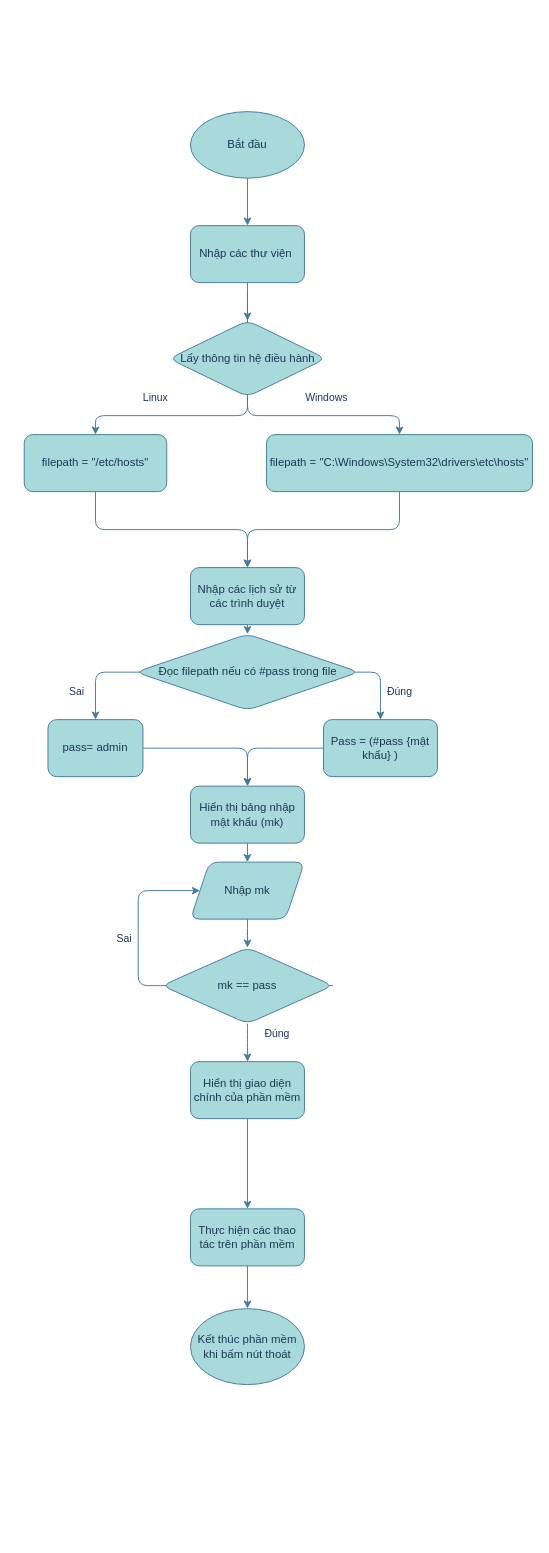
This is Biểu đồ không có tiêu đề.drawio from PlaymakerVN/KHKT-2023-1, a draw.io file, before an edit. Source tidied: cells renumbered, new cells numbered last; positions are measured from the earlier drawing's top-left corner, leaving out a move shared by most shapes. Both pictures are drawn from the tidied source at 95%, with x=0, y=0 at pixel (24, 111).
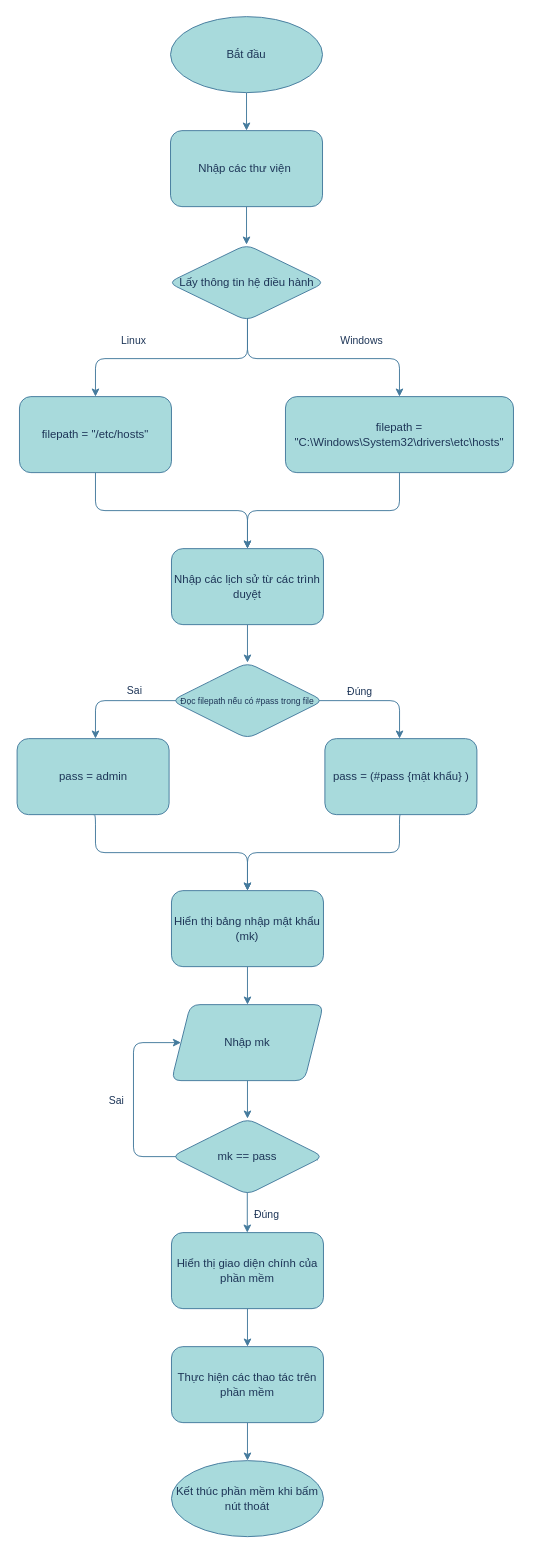
The same diagram, later.

Commit message:
Cập nhật Biểu đồ không có tiêu đề.drawio

Diff of the diagram source:
```diff
@@
     <mxCell id="3" value="Thực hiện các thao tác trên phần mềm" style="whiteSpace=wrap;html=1;rounded=1;labelBackgroundColor=none;fillColor=#A8DADC;strokeColor=#457B9D;fontColor=#1D3557;" parent="1" vertex="1">
-      <mxGeometry x="175" y="1155" width="120" height="60" as="geometry" />
+      <mxGeometry x="155" y="1300" width="160" height="80" as="geometry" />
     </mxCell>
     <mxCell id="4" style="edgeStyle=orthogonalEdgeStyle;rounded=1;jettySize=auto;html=1;labelBackgroundColor=none;strokeColor=#457B9D;fontColor=default;" parent="1" edge="1" target="12">
       <mxGeometry relative="1" as="geometry">
-        <mxPoint x="235" y="190" as="sourcePoint" />
+        <mxPoint x="235" y="150" as="sourcePoint" />
         <Array as="points">
-          <mxPoint x="235" y="320" />
-          <mxPoint x="75" y="320" />
+          <mxPoint x="235" y="260" />
+          <mxPoint x="75" y="260" />
         </Array>
       </mxGeometry>
     </mxCell>
     <mxCell id="5" value="Linux" style="edgeLabel;html=1;align=center;verticalAlign=middle;labelBackgroundColor=none;fontColor=#1D3557;rounded=1;" parent="4" vertex="1">
       <mxGeometry x="0.25" y="1" relative="1" as="geometry">
-        <mxPoint x="-34" y="-21" as="offset" />
+        <mxPoint x="-37" y="-21" as="offset" />
       </mxGeometry>
     </mxCell>
     <mxCell id="6" style="edgeStyle=orthogonalEdgeStyle;rounded=1;jettySize=auto;html=1;labelBackgroundColor=none;strokeColor=#457B9D;fontColor=default;" parent="1" edge="1" target="10">
       <mxGeometry relative="1" as="geometry">
-        <mxPoint x="235" y="210" as="sourcePoint" />
+        <mxPoint x="235" y="170" as="sourcePoint" />
         <Array as="points">
-          <mxPoint x="235" y="320" />
-          <mxPoint x="395" y="320" />
+          <mxPoint x="235" y="260" />
+          <mxPoint x="395" y="260" />
         </Array>
       </mxGeometry>
     </mxCell>
     <mxCell id="7" value="Windows" style="edgeLabel;html=1;align=center;verticalAlign=middle;labelBackgroundColor=none;fontColor=#1D3557;rounded=1;" parent="6" vertex="1">
       <mxGeometry x="-0.13" y="-2" relative="1" as="geometry">
-        <mxPoint x="66" y="-22" as="offset" />
+        <mxPoint x="83" y="-22" as="offset" />
       </mxGeometry>
     </mxCell>
     <mxCell id="8" value="Lấy thông tin hệ điều hành" style="rhombus;whiteSpace=wrap;html=1;labelBackgroundColor=none;fillColor=#A8DADC;strokeColor=#457B9D;fontColor=#1D3557;rounded=1;" parent="1" vertex="1">
-      <mxGeometry x="152.5" y="220" width="165" height="80" as="geometry" />
+      <mxGeometry x="151.5" y="140" width="165" height="80" as="geometry" />
     </mxCell>
@@
     <mxCell id="10" value="filepath = &quot;C:\Windows\System32\drivers\etc\hosts&quot;" style="rounded=1;whiteSpace=wrap;html=1;labelBackgroundColor=none;fillColor=#A8DADC;strokeColor=#457B9D;fontColor=#1D3557;" parent="1" vertex="1">
-      <mxGeometry x="255" y="340" width="280" height="60" as="geometry" />
+      <mxGeometry x="275" y="300" width="240" height="80" as="geometry" />
     </mxCell>
@@
     <mxCell id="12" value="filepath = &quot;/etc/hosts&quot;" style="rounded=1;whiteSpace=wrap;html=1;labelBackgroundColor=none;fillColor=#A8DADC;strokeColor=#457B9D;fontColor=#1D3557;" parent="1" vertex="1">
-      <mxGeometry y="340" width="150" height="60" as="geometry" />
+      <mxGeometry x="-5" y="300" width="160" height="80" as="geometry" />
     </mxCell>
-    <mxCell id="13" style="edgeStyle=orthogonalEdgeStyle;rounded=1;jettySize=auto;html=1;exitX=0.074;exitY=0.5;exitDx=0;exitDy=0;entryX=0.5;entryY=0;entryDx=0;entryDy=0;labelBackgroundColor=none;strokeColor=#457B9D;fontColor=default;exitPerimeter=0;" parent="1" edge="1" source="17" target="19">
+    <mxCell id="13" style="edgeStyle=orthogonalEdgeStyle;rounded=1;jettySize=auto;html=1;labelBackgroundColor=none;strokeColor=#457B9D;fontColor=default;entryX=0.5;entryY=0;entryDx=0;entryDy=0;exitX=0.964;exitY=0.526;exitDx=0;exitDy=0;exitPerimeter=0;" parent="1" edge="1" source="17">
       <mxGeometry relative="1" as="geometry">
+        <mxPoint x="75" y="660" as="targetPoint" />
         <Array as="points">
-          <mxPoint x="75" y="590" />
+          <mxPoint x="309" y="620" />
+          <mxPoint x="75" y="620" />
         </Array>
       </mxGeometry>
     </mxCell>
     <mxCell id="14" value="Sai" style="edgeLabel;html=1;align=center;verticalAlign=middle;labelBackgroundColor=none;fontColor=#1D3557;rounded=1;" parent="13" vertex="1">
       <mxGeometry x="-0.16" y="4" relative="1" as="geometry">
-        <mxPoint x="-34" y="16" as="offset" />
+        <mxPoint x="-80" y="-15" as="offset" />
       </mxGeometry>
     </mxCell>
-    <mxCell id="15" style="edgeStyle=orthogonalEdgeStyle;rounded=1;jettySize=auto;html=1;exitX=0.926;exitY=0.5;exitDx=0;exitDy=0;labelBackgroundColor=none;strokeColor=#457B9D;fontColor=default;exitPerimeter=0;" parent="1" edge="1" source="17" target="21">
+    <mxCell id="15" style="edgeStyle=orthogonalEdgeStyle;rounded=1;jettySize=auto;html=1;labelBackgroundColor=none;strokeColor=#457B9D;fontColor=default;exitX=0.067;exitY=0.543;exitDx=0;exitDy=0;exitPerimeter=0;entryX=0.491;entryY=0;entryDx=0;entryDy=0;entryPerimeter=0;" parent="1" edge="1" target="21">
       <mxGeometry relative="1" as="geometry">
+        <mxPoint x="185" y="613.4" as="sourcePoint" />
         <Array as="points">
-          <mxPoint x="375" y="590" />
+          <mxPoint x="185" y="620" />
+          <mxPoint x="395" y="620" />
         </Array>
       </mxGeometry>
     </mxCell>
     <mxCell id="16" value="Đúng" style="edgeLabel;html=1;align=center;verticalAlign=middle;labelBackgroundColor=none;fontColor=#1D3557;rounded=1;" parent="15" vertex="1">
       <mxGeometry x="-0.28" y="-1" relative="1" as="geometry">
-        <mxPoint x="27" y="19" as="offset" />
+        <mxPoint x="82" y="-11" as="offset" />
       </mxGeometry>
     </mxCell>
-    <mxCell id="17" value="Đọc filepath nếu có #pass trong file" style="rhombus;whiteSpace=wrap;html=1;labelBackgroundColor=none;fillColor=#A8DADC;strokeColor=#457B9D;fontColor=#1D3557;rounded=1;" parent="1" vertex="1">
-      <mxGeometry x="117.5" y="550" width="235" height="80" as="geometry" />
+    <mxCell id="17" value="&lt;div style=&quot;&quot;&gt;&lt;span style=&quot;background-color: initial; color: rgb(29, 53, 87); --darkreader-inline-bgcolor: initial; --darkreader-inline-color: #a5c4e1;&quot;&gt;&lt;font style=&quot;font-size: 9px;&quot;&gt;Đọc filepath nếu có #pass trong file&lt;/font&gt;&lt;/span&gt;&lt;/div&gt;" style="rhombus;whiteSpace=wrap;html=1;labelBackgroundColor=none;fillColor=#A8DADC;strokeColor=#457B9D;fontColor=#1D3557;rounded=1;align=center;" parent="1" vertex="1">
+      <mxGeometry x="155" y="580" width="160" height="80" as="geometry" />
     </mxCell>
-    <mxCell id="18" style="edgeStyle=orthogonalEdgeStyle;rounded=1;jettySize=auto;html=1;exitX=1;exitY=0.5;exitDx=0;exitDy=0;entryX=0.5;entryY=0;entryDx=0;entryDy=0;labelBackgroundColor=none;strokeColor=#457B9D;fontColor=default;" parent="1" edge="1" source="19" target="23">
-      <mxGeometry relative="1" as="geometry" />
+    <mxCell id="18" style="edgeStyle=orthogonalEdgeStyle;rounded=1;jettySize=auto;html=1;exitX=0.5;exitY=1;exitDx=0;exitDy=0;entryX=0.5;entryY=0;entryDx=0;entryDy=0;labelBackgroundColor=none;strokeColor=#457B9D;fontColor=default;" parent="1" edge="1" source="19" target="23">
+      <mxGeometry relative="1" as="geometry">
+        <Array as="points">
+          <mxPoint x="75" y="740" />
+          <mxPoint x="75" y="780" />
+          <mxPoint x="235" y="780" />
+        </Array>
+      </mxGeometry>
     </mxCell>
-    <mxCell id="19" value="pass= admin" style="rounded=1;whiteSpace=wrap;html=1;labelBackgroundColor=none;fillColor=#A8DADC;strokeColor=#457B9D;fontColor=#1D3557;" parent="1" vertex="1">
-      <mxGeometry x="25" y="640" width="100" height="60" as="geometry" />
+    <mxCell id="19" value="pass = admin" style="rounded=1;whiteSpace=wrap;html=1;labelBackgroundColor=none;fillColor=#A8DADC;strokeColor=#457B9D;fontColor=#1D3557;" parent="1" vertex="1">
+      <mxGeometry x="-7.5" y="660" width="160" height="80" as="geometry" />
     </mxCell>
-    <mxCell id="20" style="edgeStyle=orthogonalEdgeStyle;rounded=1;jettySize=auto;html=1;exitX=0;exitY=0.5;exitDx=0;exitDy=0;entryX=0.5;entryY=0;entryDx=0;entryDy=0;labelBackgroundColor=none;strokeColor=#457B9D;fontColor=default;" parent="1" edge="1" source="21" target="23">
-      <mxGeometry relative="1" as="geometry" />
+    <mxCell id="20" style="edgeStyle=orthogonalEdgeStyle;rounded=1;jettySize=auto;html=1;exitX=0.5;exitY=1;exitDx=0;exitDy=0;entryX=0.5;entryY=0;entryDx=0;entryDy=0;labelBackgroundColor=none;strokeColor=#457B9D;fontColor=default;" parent="1" edge="1" source="21" target="23">
+      <mxGeometry relative="1" as="geometry">
+        <Array as="points">
+          <mxPoint x="395" y="740" />
+          <mxPoint x="395" y="780" />
+          <mxPoint x="235" y="780" />
+        </Array>
+      </mxGeometry>
     </mxCell>
-    <mxCell id="21" value="Pass = (#pass {mật khẩu} )" style="rounded=1;whiteSpace=wrap;html=1;labelBackgroundColor=none;fillColor=#A8DADC;strokeColor=#457B9D;fontColor=#1D3557;" parent="1" vertex="1">
-      <mxGeometry x="315" y="640" width="120" height="60" as="geometry" />
+    <mxCell id="21" value="pass = (#pass {mật khẩu} )" style="rounded=1;whiteSpace=wrap;html=1;labelBackgroundColor=none;fillColor=#A8DADC;strokeColor=#457B9D;fontColor=#1D3557;" parent="1" vertex="1">
+      <mxGeometry x="316.5" y="660" width="160" height="80" as="geometry" />
     </mxCell>
@@
     <mxCell id="23" value="Hiển thị bảng nhập mật khẩu (mk)" style="rounded=1;whiteSpace=wrap;html=1;labelBackgroundColor=none;fillColor=#A8DADC;strokeColor=#457B9D;fontColor=#1D3557;" parent="1" vertex="1">
-      <mxGeometry x="175" y="710" width="120" height="60" as="geometry" />
+      <mxGeometry x="155" y="820" width="160" height="80" as="geometry" />
     </mxCell>
@@
     <mxCell id="25" value="Nhập mk" style="shape=parallelogram;perimeter=parallelogramPerimeter;whiteSpace=wrap;html=1;fixedSize=1;labelBackgroundColor=none;fillColor=#A8DADC;strokeColor=#457B9D;fontColor=#1D3557;rounded=1;" parent="1" vertex="1">
-      <mxGeometry x="175" y="790" width="120" height="60" as="geometry" />
+      <mxGeometry x="155" y="940" width="160" height="80" as="geometry" />
     </mxCell>
+    <mxCell id="28" style="edgeStyle=orthogonalEdgeStyle;rounded=1;orthogonalLoop=1;jettySize=auto;html=1;strokeColor=#457B9D;fontColor=default;labelBackgroundColor=none;entryX=0.5;entryY=0;entryDx=0;entryDy=0;" parent="1" edge="1">
+      <mxGeometry y="40" relative="1" as="geometry">
+        <mxPoint x="234.8" y="1080" as="sourcePoint" />
+        <mxPoint x="234.8" y="1180" as="targetPoint" />
+      </mxGeometry>
+    </mxCell>
+    <mxCell id="29" value="Đúng" style="edgeLabel;html=1;align=center;verticalAlign=middle;fontColor=#1D3557;rounded=1;labelBackgroundColor=none;" parent="28" vertex="1">
+      <mxGeometry x="-0.06" y="7" relative="1" as="geometry">
+        <mxPoint x="13" y="33" as="offset" />
+      </mxGeometry>
+    </mxCell>
-    <mxCell id="26" style="edgeStyle=orthogonalEdgeStyle;rounded=1;jettySize=auto;html=1;entryX=0;entryY=0.5;entryDx=0;entryDy=0;labelBackgroundColor=none;strokeColor=#457B9D;fontColor=default;exitX=1;exitY=0.5;exitDx=0;exitDy=0;" parent="1" edge="1" source="30" target="25">
+    <mxCell id="26" style="edgeStyle=orthogonalEdgeStyle;rounded=1;jettySize=auto;html=1;exitX=0.959;exitY=0.55;exitDx=0;exitDy=0;entryX=0;entryY=0.5;entryDx=0;entryDy=0;strokeColor=#457B9D;fontColor=default;fillColor=#A8DADC;exitPerimeter=0;labelBackgroundColor=none;" parent="1" edge="1" source="30" target="25">
       <mxGeometry relative="1" as="geometry">
         <Array as="points">
-          <mxPoint x="120" y="920" />
-          <mxPoint x="120" y="820" />
+          <mxPoint x="308" y="1100" />
+          <mxPoint x="115" y="1100" />
+          <mxPoint x="115" y="980" />
         </Array>
       </mxGeometry>
     </mxCell>
-    <mxCell id="27" value="Sai" style="edgeLabel;html=1;align=center;verticalAlign=middle;labelBackgroundColor=none;fontColor=#1D3557;rounded=1;" parent="26" vertex="1">
-      <mxGeometry x="-0.12" y="4" relative="1" as="geometry">
-        <mxPoint x="-58" y="-54" as="offset" />
+    <mxCell id="27" value="Sai" style="edgeLabel;html=1;align=center;verticalAlign=middle;fontColor=#1D3557;labelBackgroundColor=none;rounded=1;" parent="26" vertex="1">
+      <mxGeometry x="-0.04" y="1" relative="1" as="geometry">
+        <mxPoint x="-40" y="-61" as="offset" />
       </mxGeometry>
     </mxCell>
-    <mxCell id="28" style="edgeStyle=orthogonalEdgeStyle;rounded=1;jettySize=auto;html=1;strokeColor=#457B9D;fontColor=default;labelBackgroundColor=none;" parent="1" edge="1" source="30" target="39">
-      <mxGeometry y="40" relative="1" as="geometry">
-        <Array as="points">
-          <mxPoint x="235" y="970" />
-          <mxPoint x="235" y="970" />
-        </Array>
-      </mxGeometry>
-    </mxCell>
-    <mxCell id="29" value="Đúng" style="edgeLabel;html=1;align=center;verticalAlign=middle;fontColor=#1D3557;" parent="28" vertex="1">
-      <mxGeometry x="-0.06" y="7" relative="1" as="geometry">
-        <mxPoint x="23" y="-9" as="offset" />
-      </mxGeometry>
-    </mxCell>
     <mxCell id="30" value="mk == pass" style="rhombus;whiteSpace=wrap;html=1;labelBackgroundColor=none;fillColor=#A8DADC;strokeColor=#457B9D;fontColor=#1D3557;rounded=1;" parent="1" vertex="1">
-      <mxGeometry x="145" y="880" width="180" height="80" as="geometry" />
+      <mxGeometry x="155" y="1060" width="160" height="80" as="geometry" />
     </mxCell>
@@
     <mxCell id="32" value="Nhập các lịch sử từ các trình duyệt" style="rounded=1;whiteSpace=wrap;html=1;labelBackgroundColor=none;fillColor=#A8DADC;strokeColor=#457B9D;fontColor=#1D3557;" parent="1" vertex="1">
-      <mxGeometry x="175" y="480" width="120" height="60" as="geometry" />
+      <mxGeometry x="155" y="460" width="160" height="80" as="geometry" />
     </mxCell>
@@
     <mxCell id="34" value="Nhập các thư viện&amp;nbsp;" style="rounded=1;whiteSpace=wrap;html=1;labelBackgroundColor=none;fillColor=#A8DADC;strokeColor=#457B9D;fontColor=#1D3557;" parent="1" vertex="1">
-      <mxGeometry x="175" y="120" width="120" height="60" as="geometry" />
+      <mxGeometry x="154" y="20" width="160" height="80" as="geometry" />
     </mxCell>
@@
     <mxCell id="36" value="Bắt đầu" style="ellipse;whiteSpace=wrap;html=1;labelBackgroundColor=none;fillColor=#A8DADC;strokeColor=#457B9D;fontColor=#1D3557;rounded=1;" parent="1" vertex="1">
-      <mxGeometry x="175" width="120" height="70" as="geometry" />
+      <mxGeometry x="154" y="-100" width="160" height="80" as="geometry" />
     </mxCell>
     <mxCell id="37" value="Kết thúc phần mềm khi bấm nút thoát" style="ellipse;whiteSpace=wrap;html=1;labelBackgroundColor=none;fillColor=#A8DADC;strokeColor=#457B9D;fontColor=#1D3557;rounded=1;" parent="1" vertex="1">
-      <mxGeometry x="175" y="1260" width="120" height="80" as="geometry" />
+      <mxGeometry x="155" y="1420" width="160" height="80" as="geometry" />
     </mxCell>
@@
     <mxCell id="39" value="Hiển thị giao diện chính của phần mềm" style="whiteSpace=wrap;html=1;strokeColor=#457B9D;fontColor=#1D3557;fillColor=#A8DADC;rounded=1;labelBackgroundColor=none;" parent="1" vertex="1">
-      <mxGeometry x="175" y="1000" width="120" height="60" as="geometry" />
+      <mxGeometry x="155" y="1180" width="160" height="80" as="geometry" />
     </mxCell>
```
